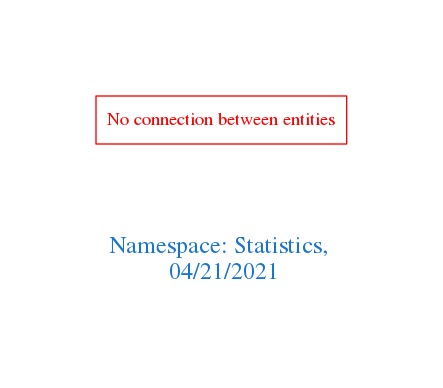
This is downloads/Statistics.png from arago/OGIT, a Graphviz export, as it was before one commit. Its source is kept beside it as downloads/Statistics.dot.
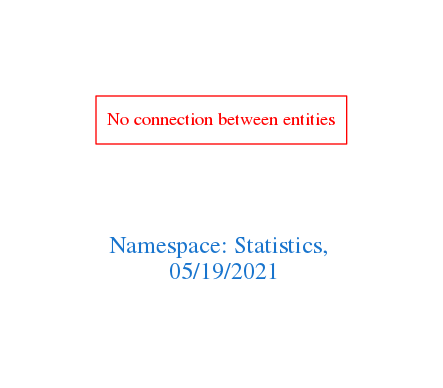
The same file after the commit.

What changed in the source:
```diff
@@ -1,7 +1,7 @@
 digraph OGIT_ontology {
  graph [ rankdir= LR,pad=1
 fontsize = 18,
-fontcolor= dodgerblue3,label = "\n\n\nNamespace: Statistics, \n 04/21/2021"];
+fontcolor= dodgerblue3,label = "\n\n\nNamespace: Statistics, \n 05/19/2021"];
 node[shape=polygon];
 edge [  color="gray81"];
 
```
